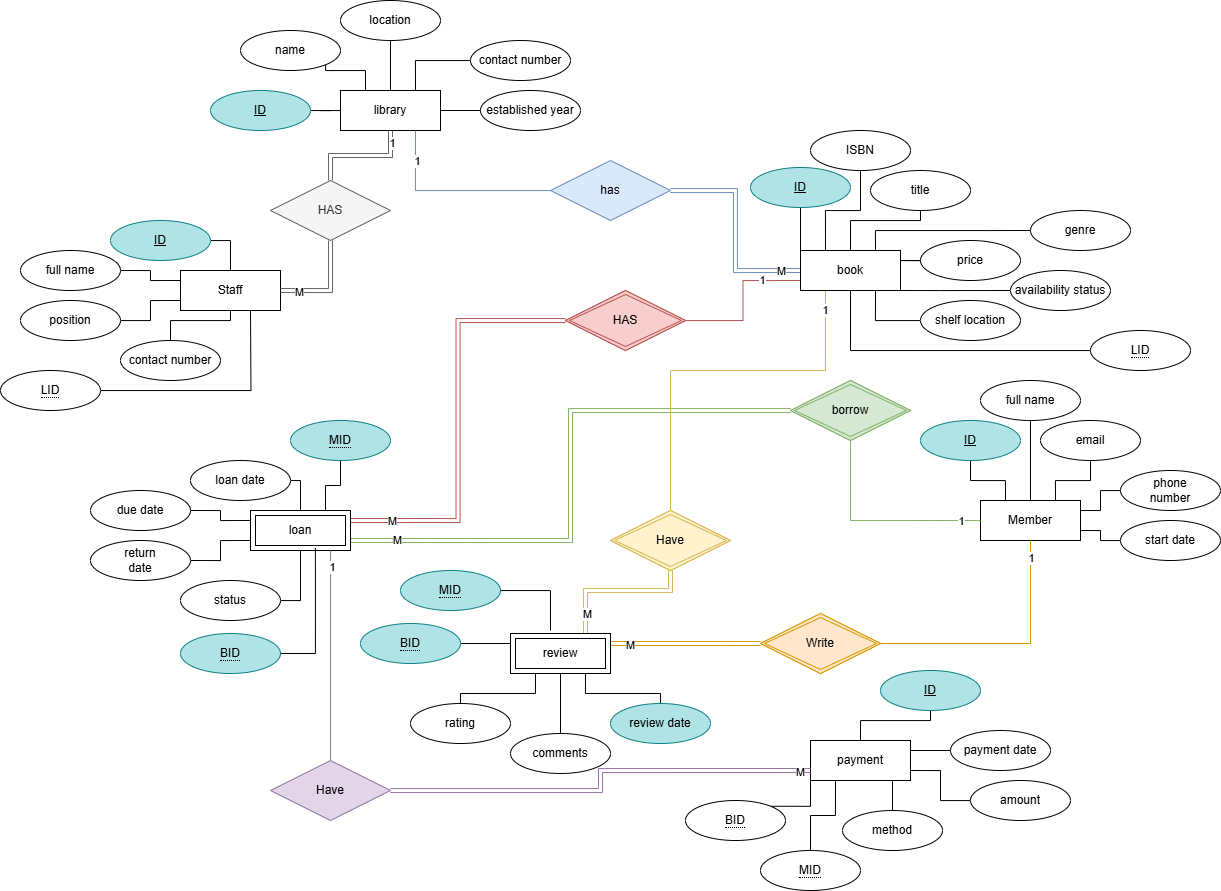
This is LibraryManagementSystem.png from LeenaaAlhabsi/Library-Management-System---DB-Project-Part1, a draw.io export, as it was before one commit. Source tidied: cells renumbered, new cells last; positions are measured from the earlier drawing's top-left corner, leaving out a move shared by most shapes.
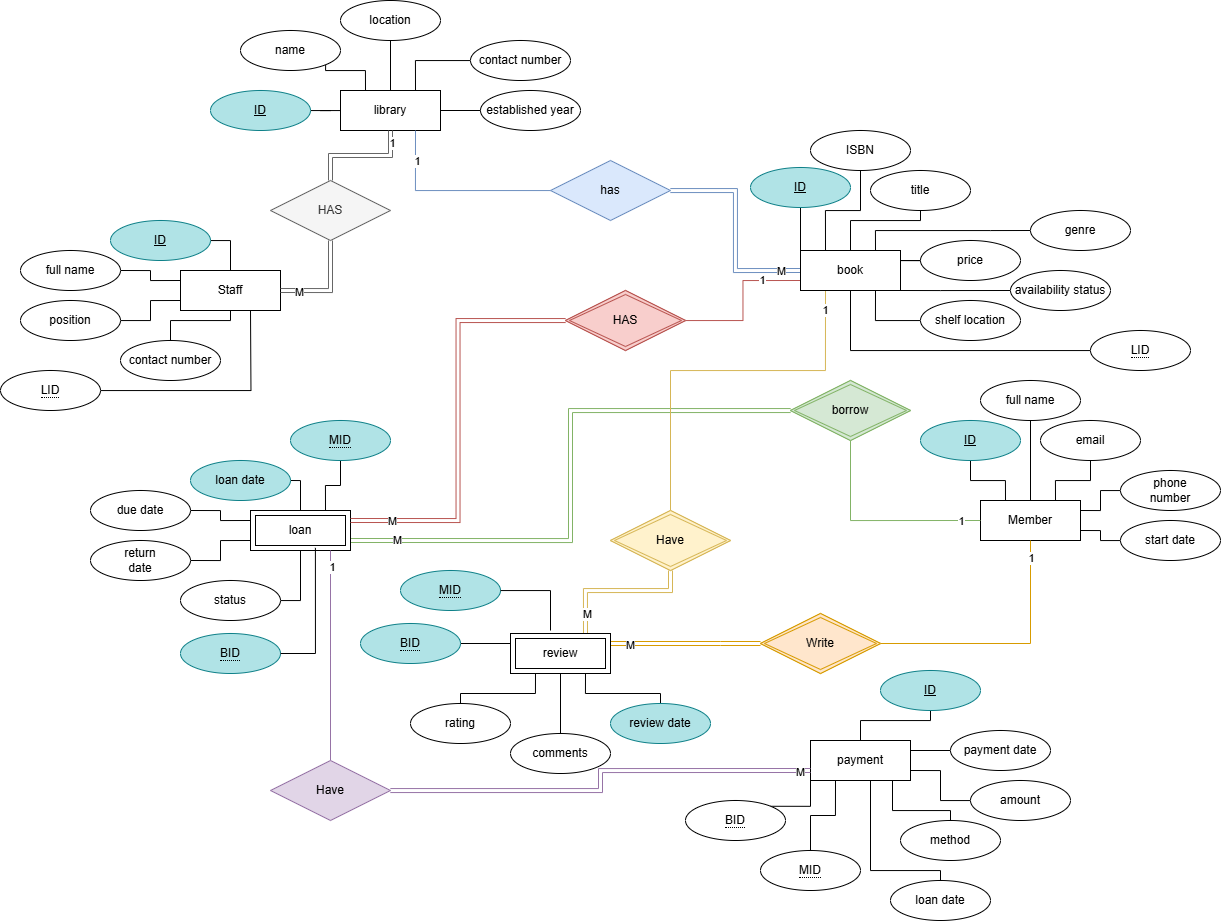
After the commit.

Commit message:
LibraryManagementSystem ERD modified file and mapping

What changed in the source:
```diff
@@ -21,10 +21,15 @@
       <mxGeometry x="970" y="780" width="100" height="40" as="geometry" />
     </mxCell>
     <mxCell id="8" value="method" style="ellipse;whiteSpace=wrap;html=1;align=center;" parent="1" vertex="1">
-      <mxGeometry x="842" y="810" width="100" height="40" as="geometry" />
+      <mxGeometry x="900" y="820" width="100" height="40" as="geometry" />
     </mxCell>
     <mxCell id="9" style="edgeStyle=orthogonalEdgeStyle;rounded=0;jettySize=auto;html=1;entryX=0.82;entryY=1;entryDx=0;entryDy=0;entryPerimeter=0;endArrow=none;startFill=0;" parent="1" edge="1" source="8" target="3">
-      <mxGeometry relative="1" as="geometry" />
+      <mxGeometry relative="1" as="geometry">
+        <Array as="points">
+          <mxPoint x="950" y="810" />
+          <mxPoint x="892" y="810" />
+        </Array>
+      </mxGeometry>
     </mxCell>
     <mxCell id="10" style="edgeStyle=orthogonalEdgeStyle;rounded=0;jettySize=auto;html=1;entryX=0.75;entryY=1;entryDx=0;entryDy=0;endArrow=none;startFill=0;" parent="1" edge="1" source="11" target="2">
       <mxGeometry relative="1" as="geometry">
@@ -190,7 +195,7 @@
     <mxCell id="54" style="edgeStyle=orthogonalEdgeStyle;rounded=0;jettySize=auto;html=1;exitX=1;exitY=0.5;exitDx=0;exitDy=0;entryX=0.5;entryY=0;entryDx=0;entryDy=0;endArrow=none;startFill=0;" parent="52" edge="1" source="55" target="53">
       <mxGeometry relative="1" as="geometry" />
     </mxCell>
-    <mxCell id="55" value=" loan date" style="ellipse;whiteSpace=wrap;html=1;align=center;" parent="52" vertex="1">
+    <mxCell id="55" value=" loan date" style="ellipse;whiteSpace=wrap;html=1;align=center;fillColor=#b0e3e6;strokeColor=#0e8088;" parent="52" vertex="1">
       <mxGeometry x="100" width="100" height="40" as="geometry" />
     </mxCell>
     <mxCell id="56" style="edgeStyle=orthogonalEdgeStyle;rounded=0;jettySize=auto;html=1;entryX=0.5;entryY=1;entryDx=0;entryDy=0;endArrow=none;startFill=0;" parent="52" edge="1" source="57" target="53">
@@ -483,5 +488,18 @@
     <mxCell id="133" value="&lt;span style=&quot;border-bottom: 1px dotted&quot;&gt;BID&lt;/span&gt;" style="ellipse;whiteSpace=wrap;html=1;align=center;" parent="1" vertex="1">
       <mxGeometry x="685" y="800" width="100" height="40" as="geometry" />
     </mxCell>
+    <mxCell id="134" value=" loan date" style="ellipse;whiteSpace=wrap;html=1;align=center;" parent="1" vertex="1">
+      <mxGeometry x="890" y="880" width="100" height="40" as="geometry" />
+    </mxCell>
+    <mxCell id="135" style="edgeStyle=orthogonalEdgeStyle;rounded=0;jettySize=auto;html=1;endArrow=none;startFill=0;" parent="1" edge="1" source="134">
+      <mxGeometry relative="1" as="geometry">
+        <mxPoint x="870" y="780" as="targetPoint" />
+        <Array as="points">
+          <mxPoint x="940" y="870" />
+          <mxPoint x="870" y="870" />
+          <mxPoint x="870" y="780" />
+        </Array>
+      </mxGeometry>
+    </mxCell>
   </root>
 </mxGraphModel>
```
